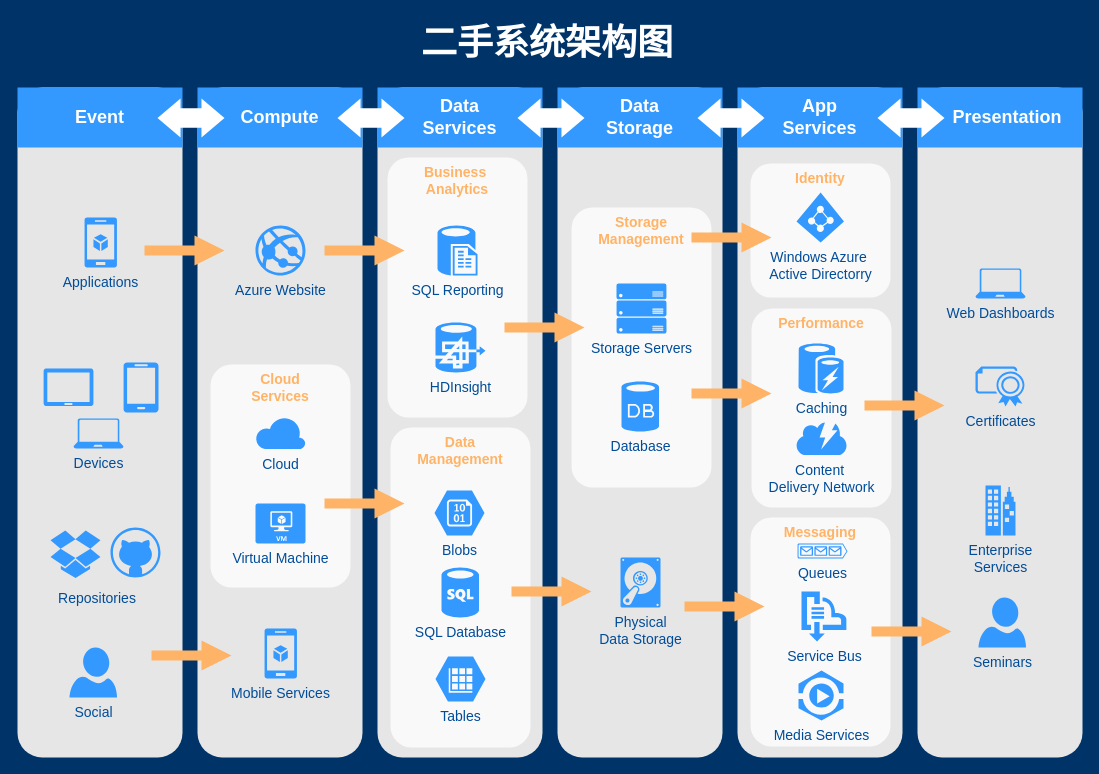
Above: Untitled Diagram.drawio in killermyth/Documents (draw.io), before the change. Source tidied: cells renumbered, new cells numbered last; positions are measured from the earlier drawing's top-left corner, leaving out a move shared by most shapes. Both pictures are drawn from the tidied source at 100%, with x=0, y=0 at pixel (17, 17).
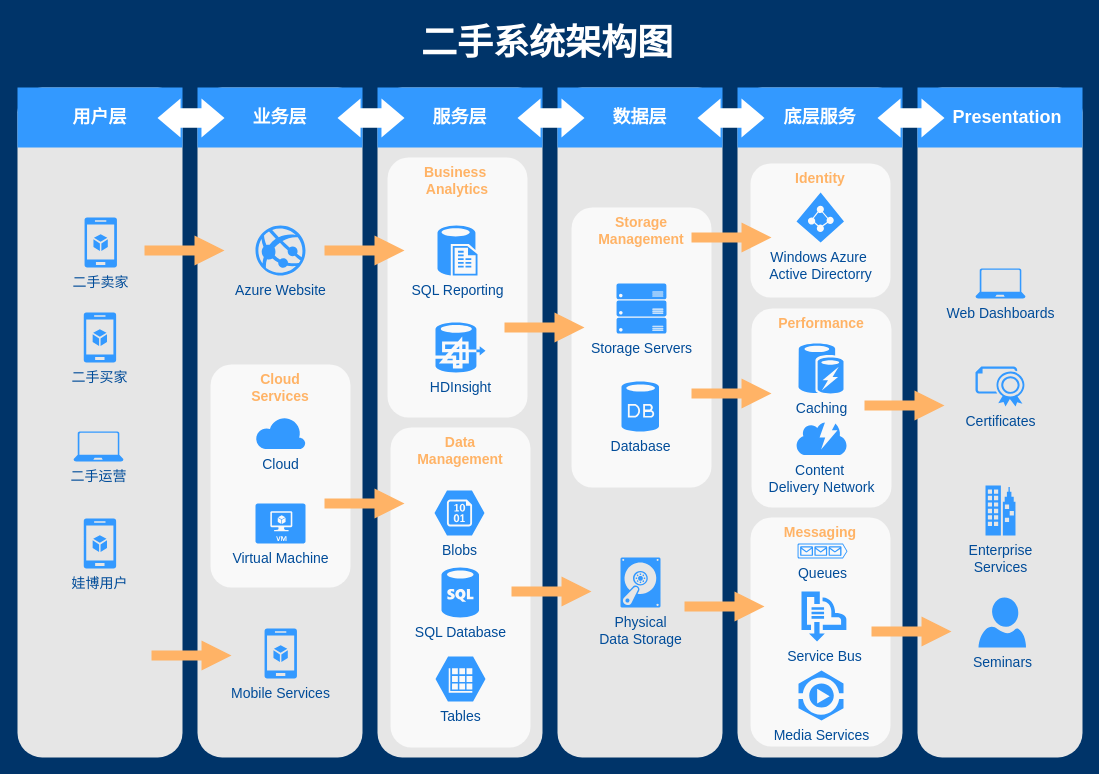
Above is the later version.

The edit, as a diff of the source:
```diff
@@
-    <mxCell id="8" value="Event" style="whiteSpace=wrap;html=1;dashed=1;strokeColor=none;strokeWidth=2;fillColor=#3399FF;fontFamily=Helvetica;fontSize=18;fontColor=#FFFFFF;fontStyle=1;" parent="1" vertex="1">
+    <mxCell id="8" value="用户层" style="whiteSpace=wrap;html=1;dashed=1;strokeColor=none;strokeWidth=2;fillColor=#3399FF;fontFamily=Helvetica;fontSize=18;fontColor=#FFFFFF;fontStyle=1;" parent="1" vertex="1">
       <mxGeometry y="70" width="165" height="60" as="geometry" />
     </mxCell>
-    <mxCell id="9" value="Compute" style="whiteSpace=wrap;html=1;dashed=1;strokeColor=none;strokeWidth=2;fillColor=#3399FF;fontFamily=Helvetica;fontSize=18;fontColor=#FFFFFF;fontStyle=1;" parent="1" vertex="1">
+    <mxCell id="9" value="业务层" style="whiteSpace=wrap;html=1;dashed=1;strokeColor=none;strokeWidth=2;fillColor=#3399FF;fontFamily=Helvetica;fontSize=18;fontColor=#FFFFFF;fontStyle=1;" parent="1" vertex="1">
       <mxGeometry x="180" y="70" width="165" height="60" as="geometry" />
     </mxCell>
-    <mxCell id="10" value="Data&lt;div&gt;Services&lt;/div&gt;" style="whiteSpace=wrap;html=1;dashed=1;strokeColor=none;strokeWidth=2;fillColor=#3399FF;fontFamily=Helvetica;fontSize=18;fontColor=#FFFFFF;fontStyle=1;" parent="1" vertex="1">
+    <mxCell id="10" value="服务层" style="whiteSpace=wrap;html=1;dashed=1;strokeColor=none;strokeWidth=2;fillColor=#3399FF;fontFamily=Helvetica;fontSize=18;fontColor=#FFFFFF;fontStyle=1;" parent="1" vertex="1">
       <mxGeometry x="360" y="70" width="165" height="60" as="geometry" />
     </mxCell>
-    <mxCell id="11" value="Data&lt;div&gt;Storage&lt;/div&gt;" style="whiteSpace=wrap;html=1;dashed=1;strokeColor=none;strokeWidth=2;fillColor=#3399FF;fontFamily=Helvetica;fontSize=18;fontColor=#FFFFFF;fontStyle=1;" parent="1" vertex="1">
+    <mxCell id="11" value="数据层" style="whiteSpace=wrap;html=1;dashed=1;strokeColor=none;strokeWidth=2;fillColor=#3399FF;fontFamily=Helvetica;fontSize=18;fontColor=#FFFFFF;fontStyle=1;" parent="1" vertex="1">
       <mxGeometry x="540" y="70" width="165" height="60" as="geometry" />
     </mxCell>
-    <mxCell id="12" value="App&lt;div&gt;Services&lt;/div&gt;" style="whiteSpace=wrap;html=1;dashed=1;strokeColor=none;strokeWidth=2;fillColor=#3399FF;fontFamily=Helvetica;fontSize=18;fontColor=#FFFFFF;fontStyle=1;" parent="1" vertex="1">
+    <mxCell id="12" value="底层服务" style="whiteSpace=wrap;html=1;dashed=1;strokeColor=none;strokeWidth=2;fillColor=#3399FF;fontFamily=Helvetica;fontSize=18;fontColor=#FFFFFF;fontStyle=1;" parent="1" vertex="1">
       <mxGeometry x="720" y="70" width="165" height="60" as="geometry" />
     </mxCell>
@@
-    <mxCell id="19" style="verticalLabelPosition=bottom;html=1;verticalAlign=top;strokeColor=none;fillColor=#3399FF;shape=mxgraph.azure.tablet;dashed=1;fontFamily=Helvetica;fontSize=14;fontColor=#004C99;" parent="1" vertex="1">
-      <mxGeometry x="26" y="351" width="50" height="37.5" as="geometry" />
-    </mxCell>
-    <mxCell id="20" style="verticalLabelPosition=bottom;html=1;verticalAlign=top;strokeColor=none;fillColor=#3399FF;shape=mxgraph.azure.mobile;dashed=1;fontFamily=Helvetica;fontSize=14;fontColor=#004C99;" parent="1" vertex="1">
-      <mxGeometry x="106" y="345" width="35" height="50" as="geometry" />
-    </mxCell>
-    <mxCell id="21" value="Devices" style="verticalLabelPosition=bottom;html=1;verticalAlign=top;strokeColor=none;fillColor=#3399FF;shape=mxgraph.azure.laptop;dashed=1;fontFamily=Helvetica;fontSize=14;fontColor=#004C99;" parent="1" vertex="1">
-      <mxGeometry x="56" y="401" width="50" height="30" as="geometry" />
+    <mxCell id="21" value="二手运营" style="verticalLabelPosition=bottom;html=1;verticalAlign=top;strokeColor=none;fillColor=#3399FF;shape=mxgraph.azure.laptop;dashed=1;fontFamily=Helvetica;fontSize=14;fontColor=#004C99;" parent="1" vertex="1">
+      <mxGeometry x="56" y="414" width="50" height="30" as="geometry" />
     </mxCell>
-    <mxCell id="22" value="Applications" style="verticalLabelPosition=bottom;html=1;verticalAlign=top;strokeColor=none;fillColor=#3399FF;shape=mxgraph.azure.mobile_services;dashed=1;fontFamily=Helvetica;fontSize=14;fontColor=#004C99;" parent="1" vertex="1">
+    <mxCell id="22" value="二手卖家" style="verticalLabelPosition=bottom;html=1;verticalAlign=top;strokeColor=none;fillColor=#3399FF;shape=mxgraph.azure.mobile_services;dashed=1;fontFamily=Helvetica;fontSize=14;fontColor=#004C99;" parent="1" vertex="1">
       <mxGeometry x="67" y="200" width="32.5" height="50" as="geometry" />
     </mxCell>
-    <mxCell id="23" value="Social" style="verticalLabelPosition=bottom;html=1;verticalAlign=top;strokeColor=none;fillColor=#3399FF;shape=mxgraph.azure.user;dashed=1;fontSize=14;fontColor=#004C99;" parent="1" vertex="1">
-      <mxGeometry x="52" y="630" width="47.5" height="50" as="geometry" />
-    </mxCell>
-    <mxCell id="24" style="verticalLabelPosition=bottom;html=1;verticalAlign=top;strokeColor=none;fillColor=#3399FF;shape=mxgraph.azure.github_code;dashed=1;fontSize=14;fontColor=#004C99;" parent="1" vertex="1">
-      <mxGeometry x="93" y="510" width="50" height="50" as="geometry" />
-    </mxCell>
-    <mxCell id="25" style="verticalLabelPosition=bottom;html=1;verticalAlign=top;strokeColor=none;fillColor=#3399FF;shape=mxgraph.azure.dropbox_code_source;dashed=1;fontSize=14;fontColor=#004C99;" parent="1" vertex="1">
-      <mxGeometry x="33" y="513" width="50" height="47.5" as="geometry" />
-    </mxCell>
-    <mxCell id="26" value="Repositories" style="text;html=1;strokeColor=none;fillColor=none;align=center;verticalAlign=middle;whiteSpace=wrap;overflow=hidden;dashed=1;fontSize=14;fontColor=#004C99;" parent="1" vertex="1">
-      <mxGeometry x="20" y="570" width="120" height="20" as="geometry" />
-    </mxCell>
@@
+    <mxCell id="68" value="二手买家" style="verticalLabelPosition=bottom;html=1;verticalAlign=top;strokeColor=none;fillColor=#3399FF;shape=mxgraph.azure.mobile_services;dashed=1;fontFamily=Helvetica;fontSize=14;fontColor=#004C99;" parent="1" vertex="1">
+      <mxGeometry x="66.2" y="295" width="32.5" height="50" as="geometry" />
+    </mxCell>
+    <mxCell id="69" value="娃博用户" style="verticalLabelPosition=bottom;html=1;verticalAlign=top;strokeColor=none;fillColor=#3399FF;shape=mxgraph.azure.mobile_services;dashed=1;fontFamily=Helvetica;fontSize=14;fontColor=#004C99;" parent="1" vertex="1">
+      <mxGeometry x="66.2" y="501" width="32.5" height="50" as="geometry" />
+    </mxCell>
```
